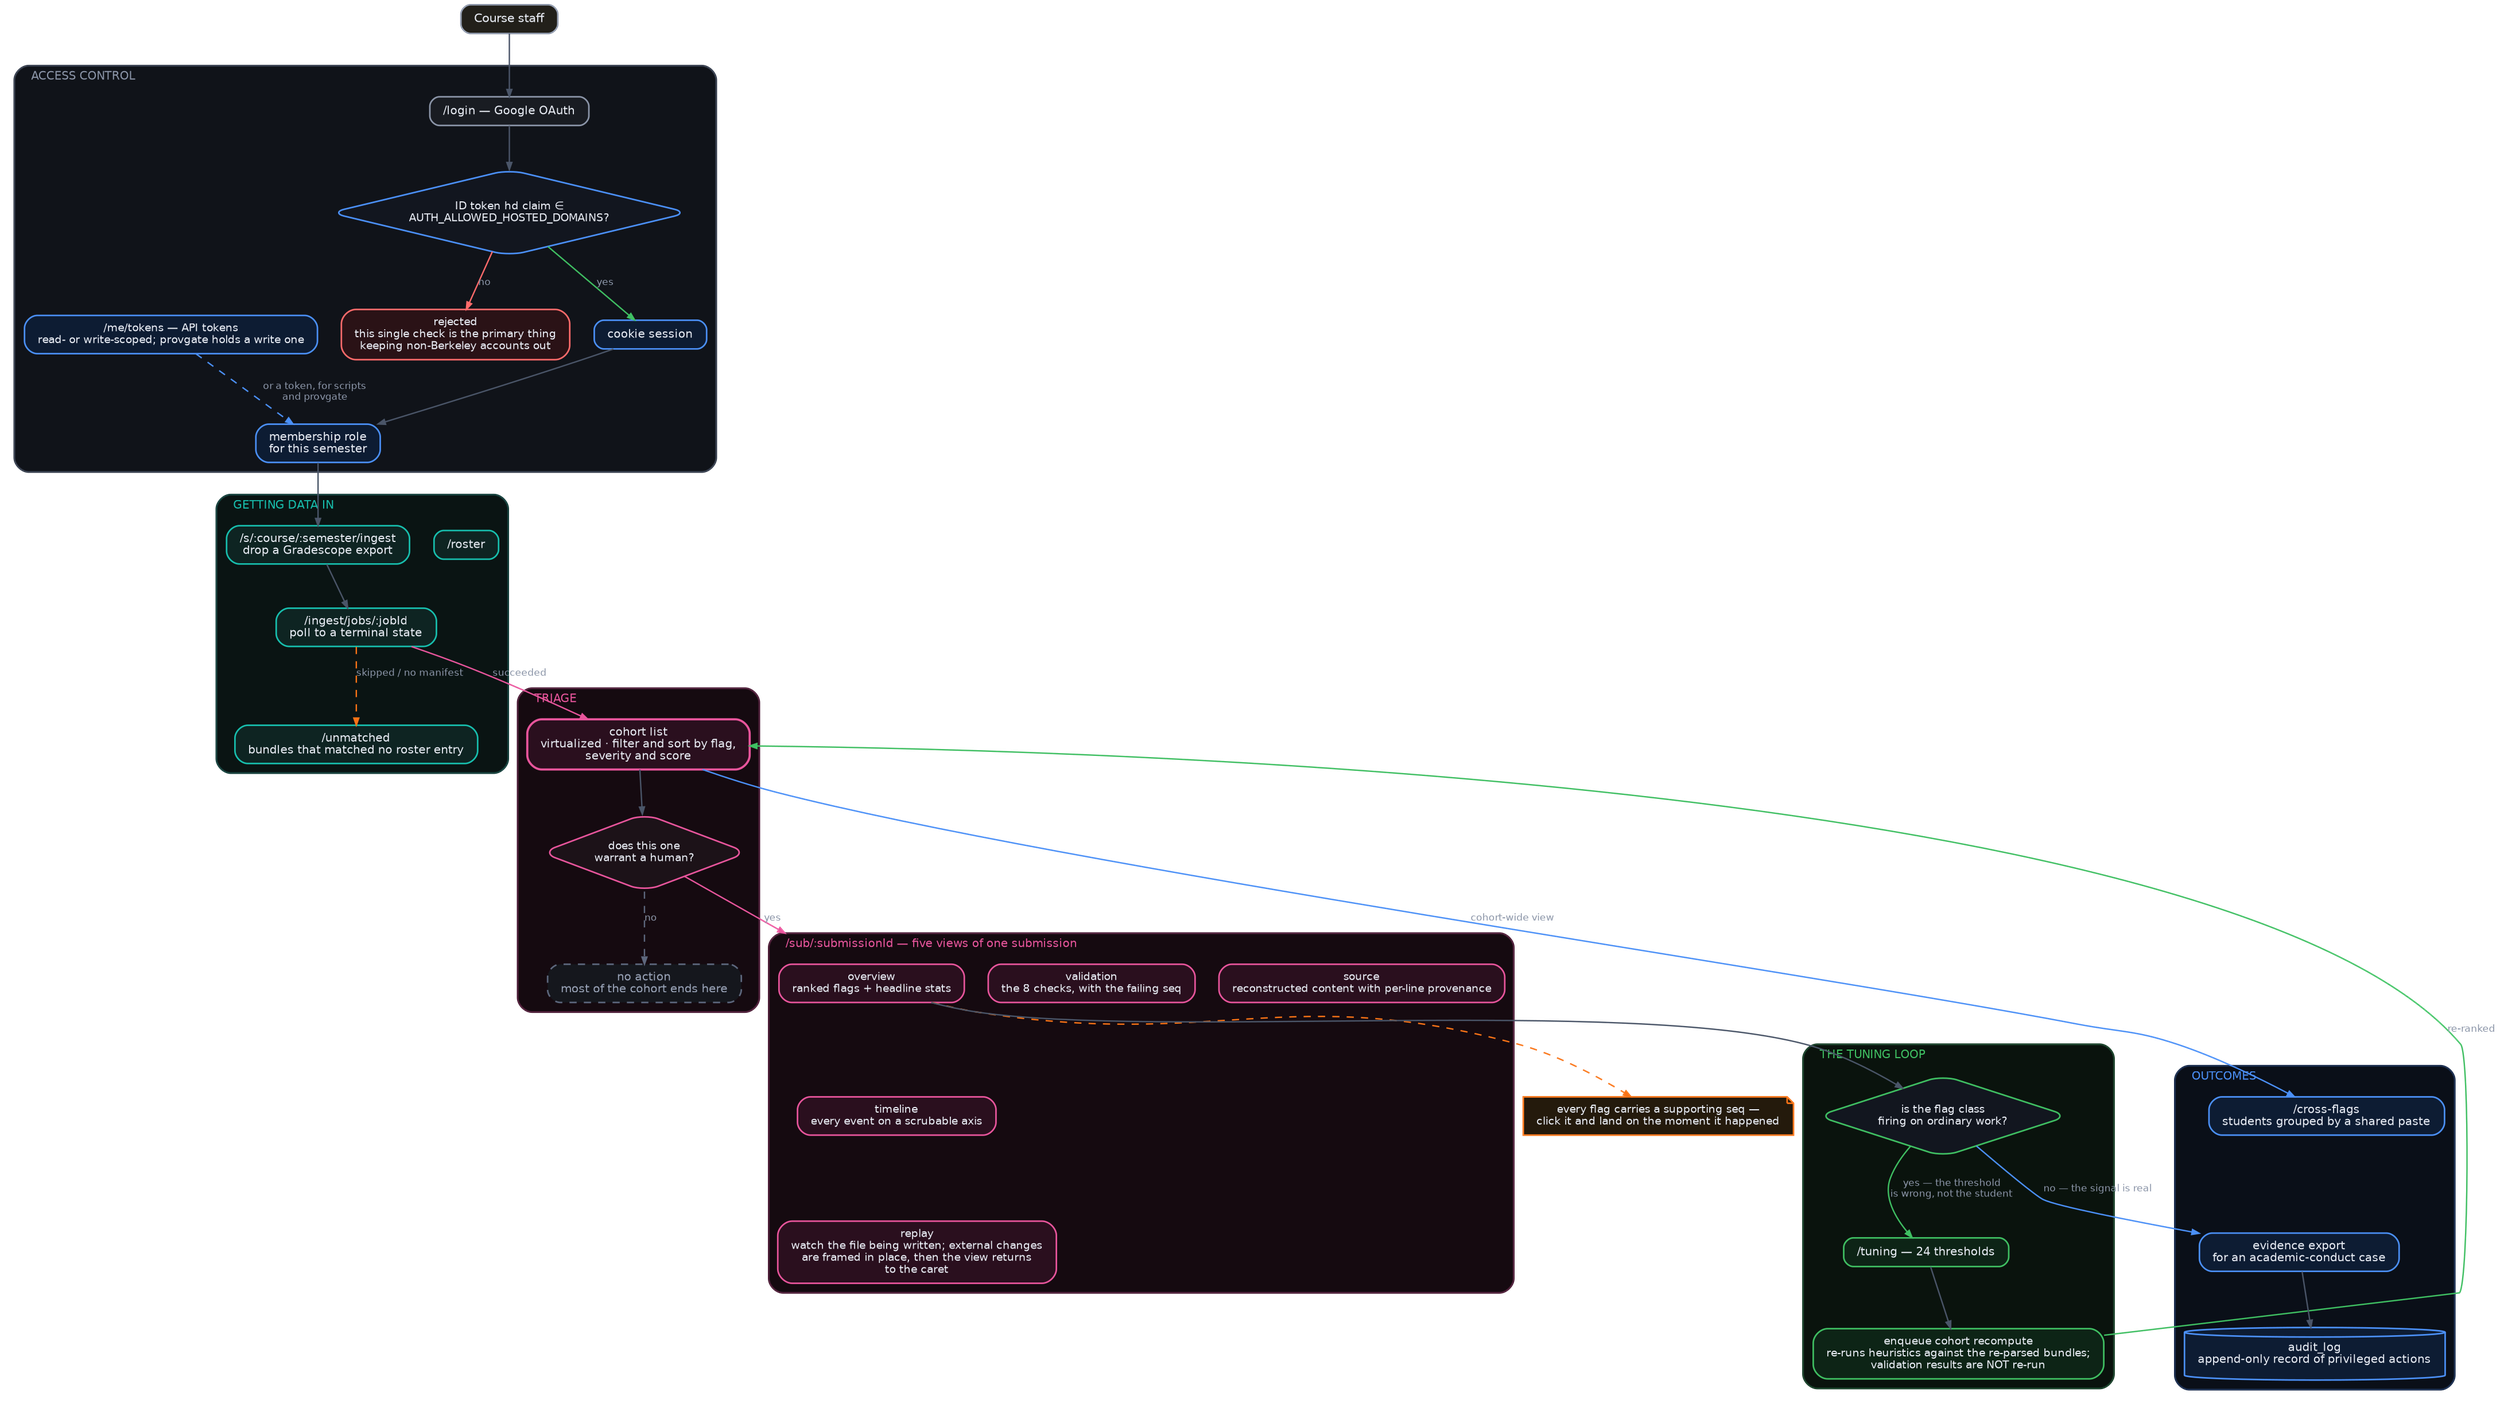
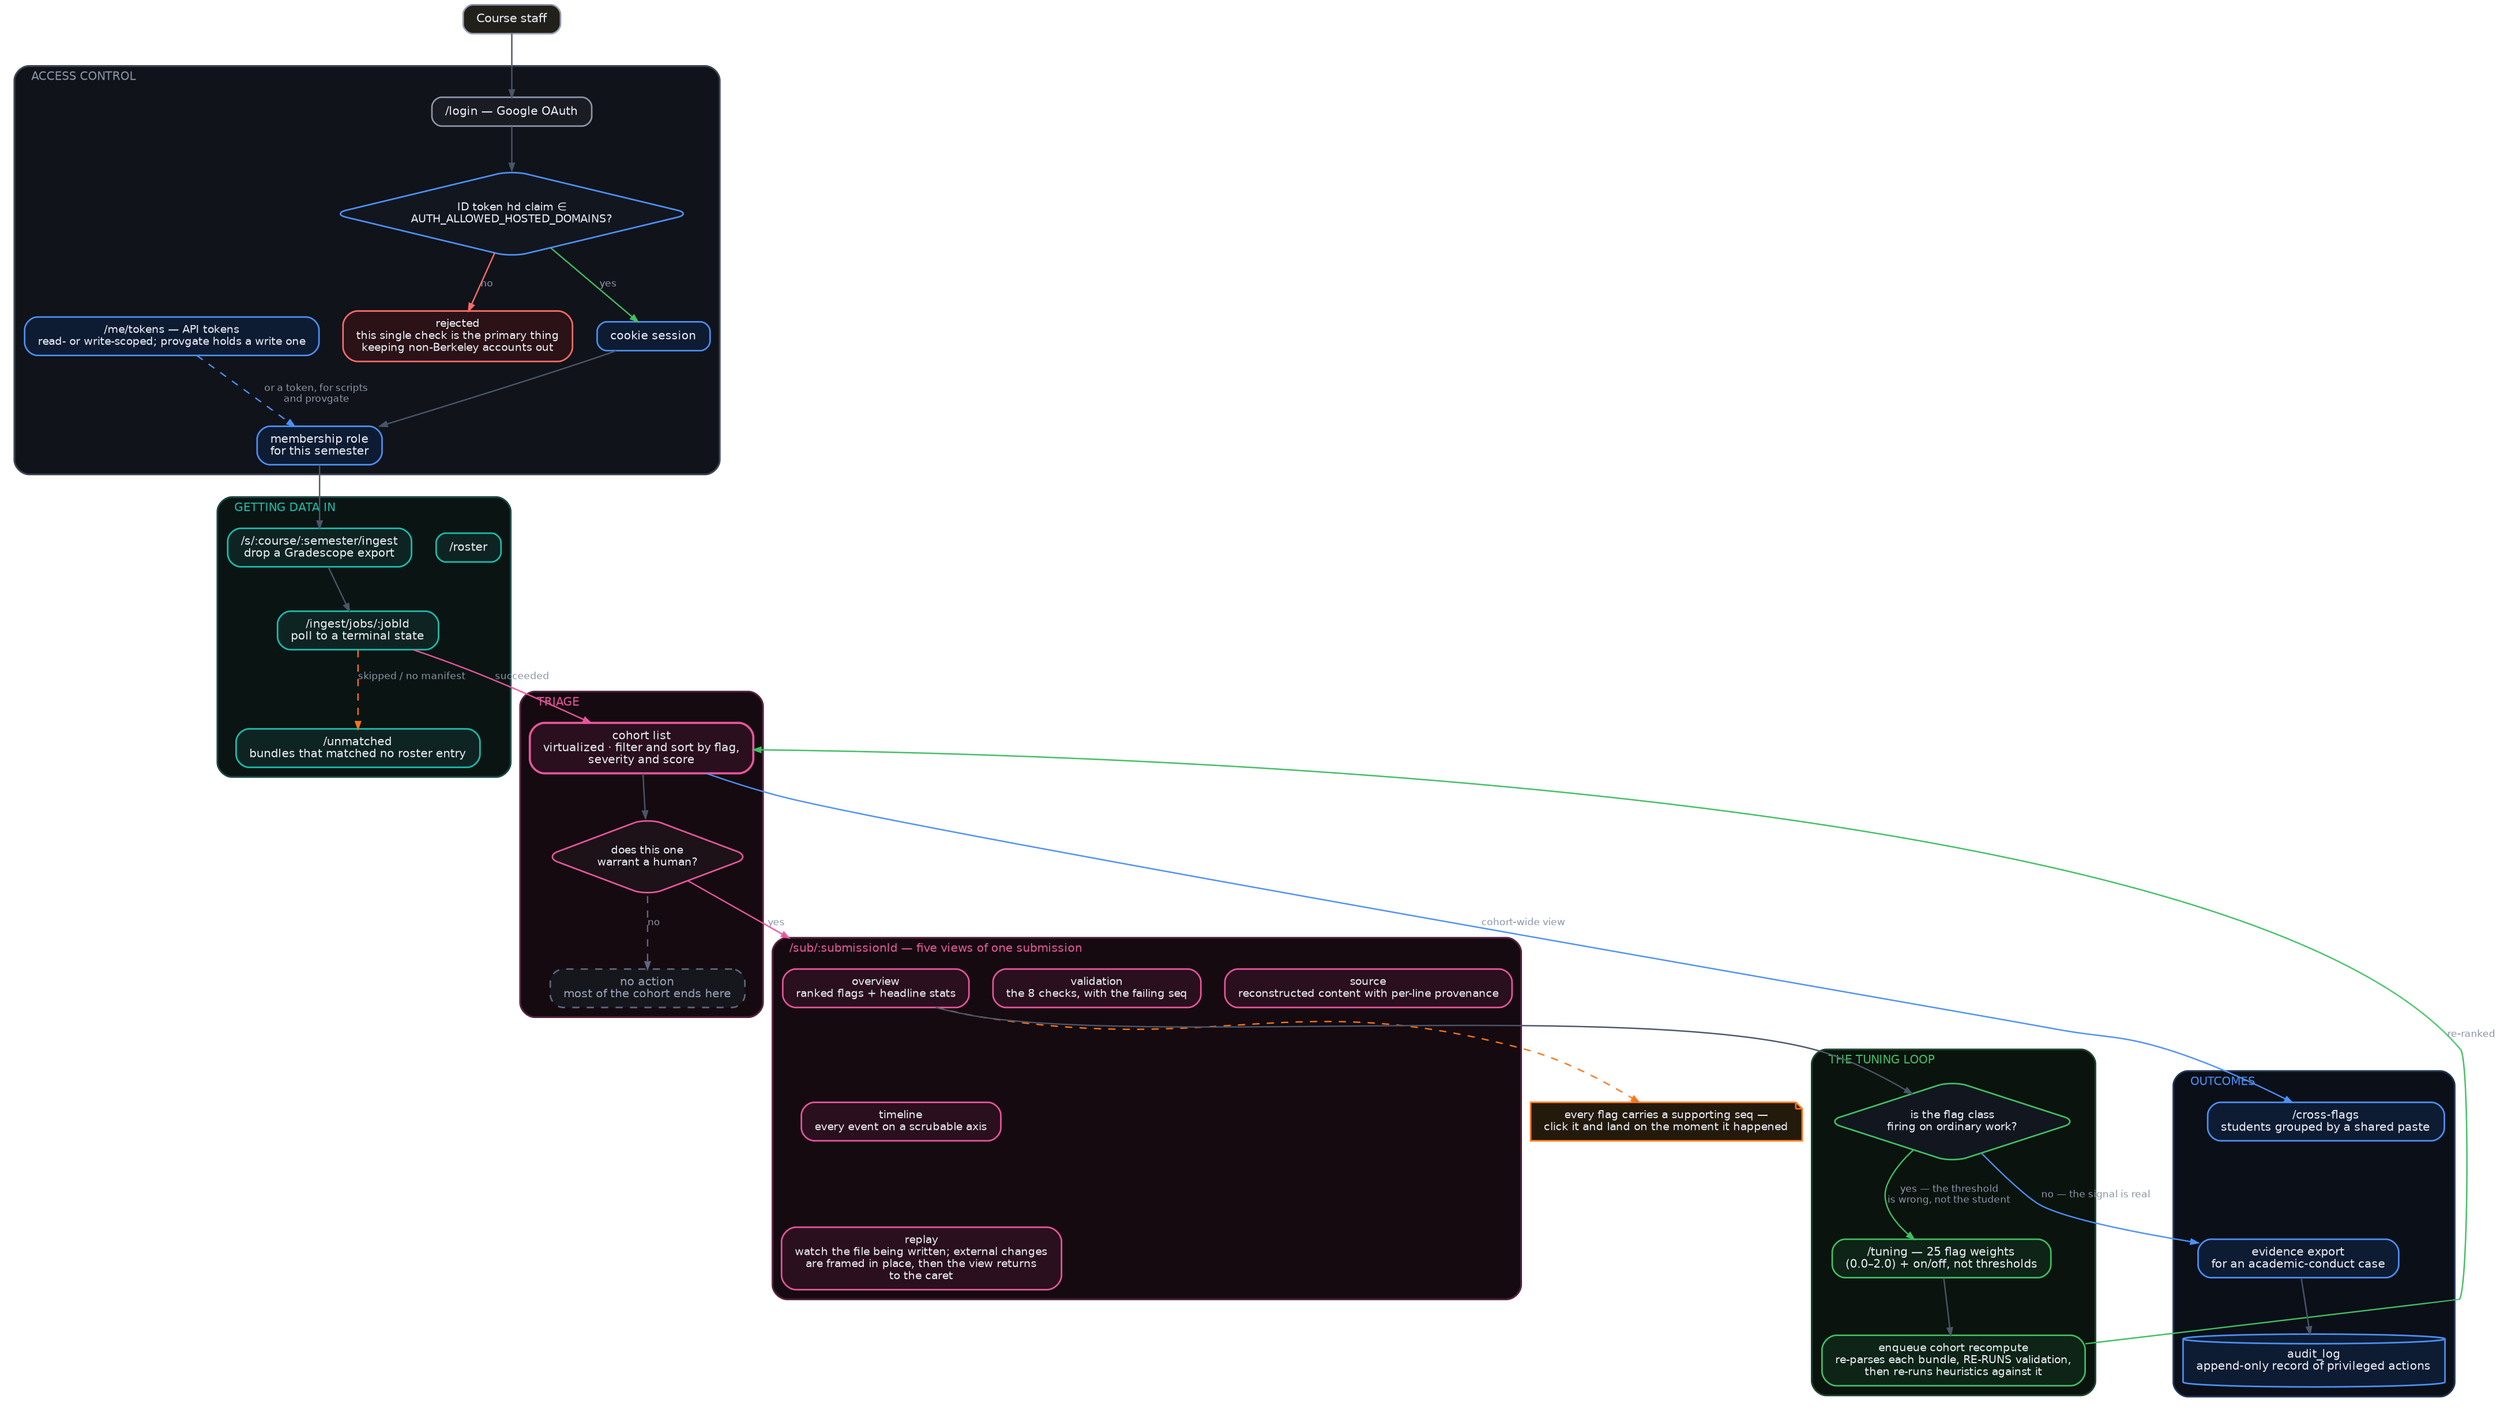
digraph staff {
  bgcolor="transparent" rankdir=TB splines=spline compound=true
  nodesep=0.28 ranksep=0.50 fontname="Helvetica"
  node [shape=box style="filled,rounded" fontname="Helvetica" fontsize=10
        fontcolor="#e8ecf4" fillcolor="#161b26" color="#3a4457" penwidth=1.3
        margin="0.15,0.08" height=0.34]
  edge [fontname="Helvetica" fontsize=8.2 fontcolor="#8b95a8"
        color="#4a5568" arrowsize=0.6 penwidth=1.15]

  staff [label="Course staff" fillcolor="#22201a" color="#8b95a8"]

  subgraph cluster_auth {
    label="  ACCESS CONTROL  " fontsize=9.5 fontcolor="#8b95a8" color="#333b4a"
    penwidth=1.5 style=rounded bgcolor="#101319" labeljust="l"
    node [fillcolor="#191c22" color="#8b95a8" fontsize=9.5]
    login [label="/login — Google OAuth"]
    hd    [label="ID token hd claim ∈\nAUTH_ALLOWED_HOSTED_DOMAINS?" shape=diamond
           fillcolor="#12161f" color="#4b90f7" fontsize=9 height=1.0 width=2.4]
    deny  [label="rejected\nthis single check is the primary thing\nkeeping non-Berkeley accounts out"
           fillcolor="#2a1216" color="#ff6b6b" fontsize=9]
    sess  [label="cookie session" fillcolor="#0d1c33" color="#4b90f7"]
    tok   [label="/me/tokens — API tokens\nread- or write-scoped; provgate holds a write one"
           fillcolor="#0d1c33" color="#4b90f7" fontsize=9]
    role  [label="membership role\nfor this semester" fillcolor="#0d1c33" color="#4b90f7" fontsize=9.5]
  }

  subgraph cluster_get {
    label="  GETTING DATA IN  " fontsize=9.5 fontcolor="#17bfae" color="#123c38"
    penwidth=1.5 style=rounded bgcolor="#0a1413" labeljust="l"
    node [fillcolor="#0e2422" color="#17bfae" fontsize=9.5]
    ing   [label="/s/:course/:semester/ingest\ndrop a Gradescope export"]
    job   [label="/ingest/jobs/:jobId\npoll to a terminal state"]
    unm   [label="/unmatched\nbundles that matched no roster entry"]
    ros   [label="/roster"]
  }

  subgraph cluster_triage {
    label="  TRIAGE  " fontsize=9.5 fontcolor="#e8559c" color="#4a1b35"
    penwidth=1.5 style=rounded bgcolor="#150a10" labeljust="l"
    node [fillcolor="#2a0f1e" color="#e8559c" fontsize=9.5]
    cohort [label="cohort list\nvirtualized · filter and sort by flag,\nseverity and score" penwidth=1.8]
    q      [label="does this one\nwarrant a human?" shape=diamond fillcolor="#1c1218"
            fontsize=9 height=0.9 width=1.9]
    none   [label="no action\nmost of the cohort ends here" fillcolor="#15171d" color="#5d677d"
            fontcolor="#98a2b6" style="filled,rounded,dashed" fontsize=9.5]
  }

  subgraph cluster_drill {
    label="  /sub/:submissionId — five views of one submission  " fontsize=9.5
    fontcolor="#e8559c" color="#4a1b35" penwidth=1.5 style=rounded
    bgcolor="#150a10" labeljust="l"
    node [fillcolor="#2a0f1e" color="#e8559c" fontsize=9]
    t1 [label="overview\nranked flags + headline stats"]
    t2 [label="timeline\nevery event on a scrubable axis"]
    t3 [label="replay\nwatch the file being written; external changes\nare framed in place, then the view returns\nto the caret"]
    t4 [label="validation\nthe 8 checks, with the failing seq"]
    t5 [label="source\nreconstructed content with per-line provenance"]
  }

  jump [label="every flag carries a supporting seq —\nclick it and land on the moment it happened"
        shape=note fillcolor="#241a0c" color="#F97316" fontsize=9]

  subgraph cluster_loop {
    label="  THE TUNING LOOP  " fontsize=9.5 fontcolor="#3fbf62" color="#153c25"
    penwidth=1.5 style=rounded bgcolor="#0a130d" labeljust="l"
    node [fillcolor="#0d2416" color="#3fbf62" fontsize=9.5]
    judge [label="is the flag class\nfiring on ordinary work?" shape=diamond fillcolor="#12161f"
           fontsize=9 height=0.95 width=2.2]
-     tune  [label="/tuning — 24 thresholds"]
-     recomp[label="enqueue cohort recompute\nre-runs heuristics against the re-parsed bundles;\nvalidation results are NOT re-run" fontsize=9]
+     tune  [label="/tuning — 25 flag weights\n(0.0–2.0) + on/off, not thresholds"]
+     recomp[label="enqueue cohort recompute\nre-parses each bundle, RE-RUNS validation,\nthen re-runs heuristics against it" fontsize=9]
  }

  subgraph cluster_out {
    label="  OUTCOMES  " fontsize=9.5 fontcolor="#4b90f7" color="#16294a"
    penwidth=1.5 style=rounded bgcolor="#0a0f18" labeljust="l"
    node [fillcolor="#0d1c33" color="#4b90f7" fontsize=9.5]
    xflags [label="/cross-flags\nstudents grouped by a shared paste"]
    exp    [label="evidence export\nfor an academic-conduct case"]
    audit  [label="audit_log\nappend-only record of privileged actions"
            shape=cylinder height=0.55]
  }

  staff -> login
  login -> hd
  hd -> deny [label="no" color="#ff6b6b"]
  hd -> sess [label="yes" color="#3fbf62"]
  sess -> role
  tok -> role [label="or a token, for scripts\nand provgate" color="#4b90f7" style=dashed]
  role -> ing
  ing -> job
  job -> unm [label="skipped / no manifest" color="#F97316" style=dashed]
  job -> cohort [label="succeeded" color="#e8559c"]
  ros -> cohort [style=invis]

  cohort -> q
  q -> none [label="no" color="#5d677d" style=dashed]
  q -> t1   [label="yes" color="#e8559c" lhead=cluster_drill]
  t1 -> t2 [style=invis]
  t2 -> t3 [style=invis]
  t1 -> jump [color="#F97316" style=dashed]

  t1 -> judge
  judge -> tune [label="yes — the threshold\nis wrong, not the student" color="#3fbf62"]
  tune -> recomp
  recomp -> cohort [label="re-ranked" color="#3fbf62" constraint=false]
  judge -> exp [label="no — the signal is real" color="#4b90f7"]

  t5 -> exp [style=invis]
  cohort -> xflags [label="cohort-wide view" color="#4b90f7" constraint=false]
  exp -> audit
  xflags -> exp [style=invis]
}
